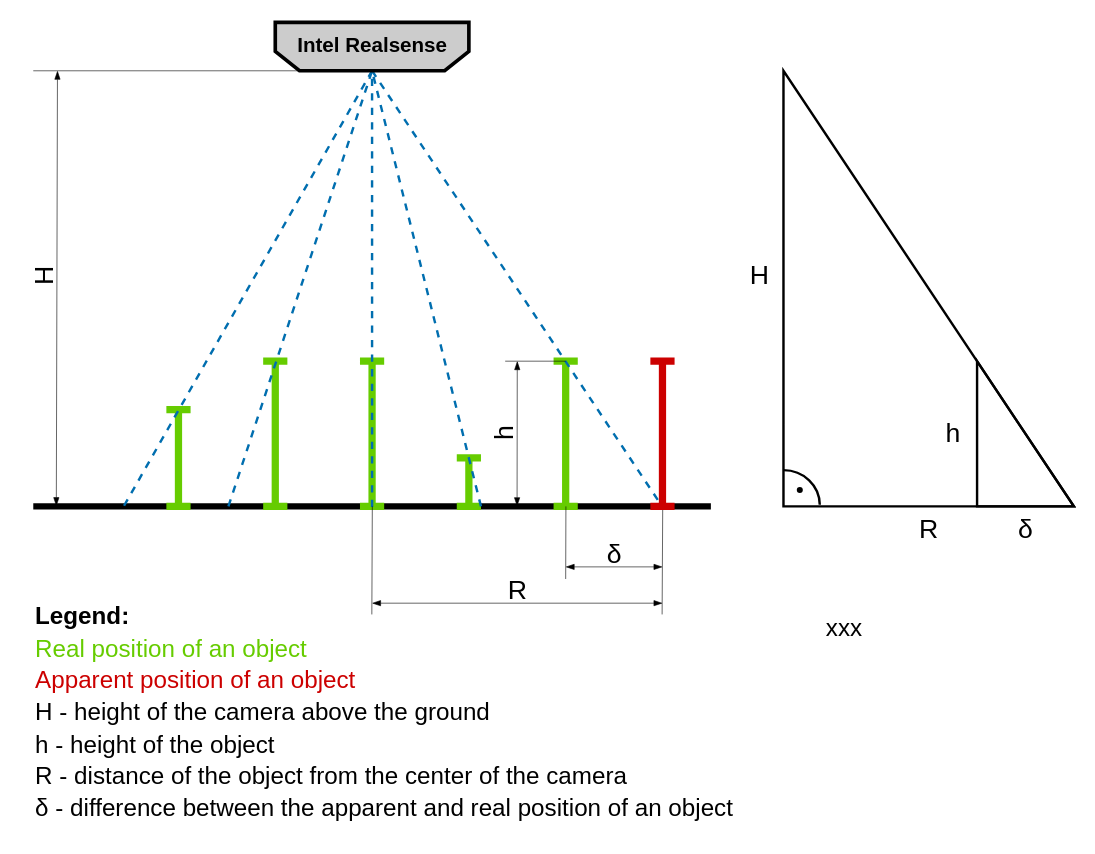
Above: Parallax_error.drawio in ZbudujeRoboty/Past-Projects (draw.io), before the change. Source tidied: cells renumbered, new cells numbered last; positions are measured from the earlier drawing's top-left corner, leaving out a move shared by most shapes. Both pictures are drawn from the tidied source at 121%, with x=0, y=0 at pixel (21, 22).
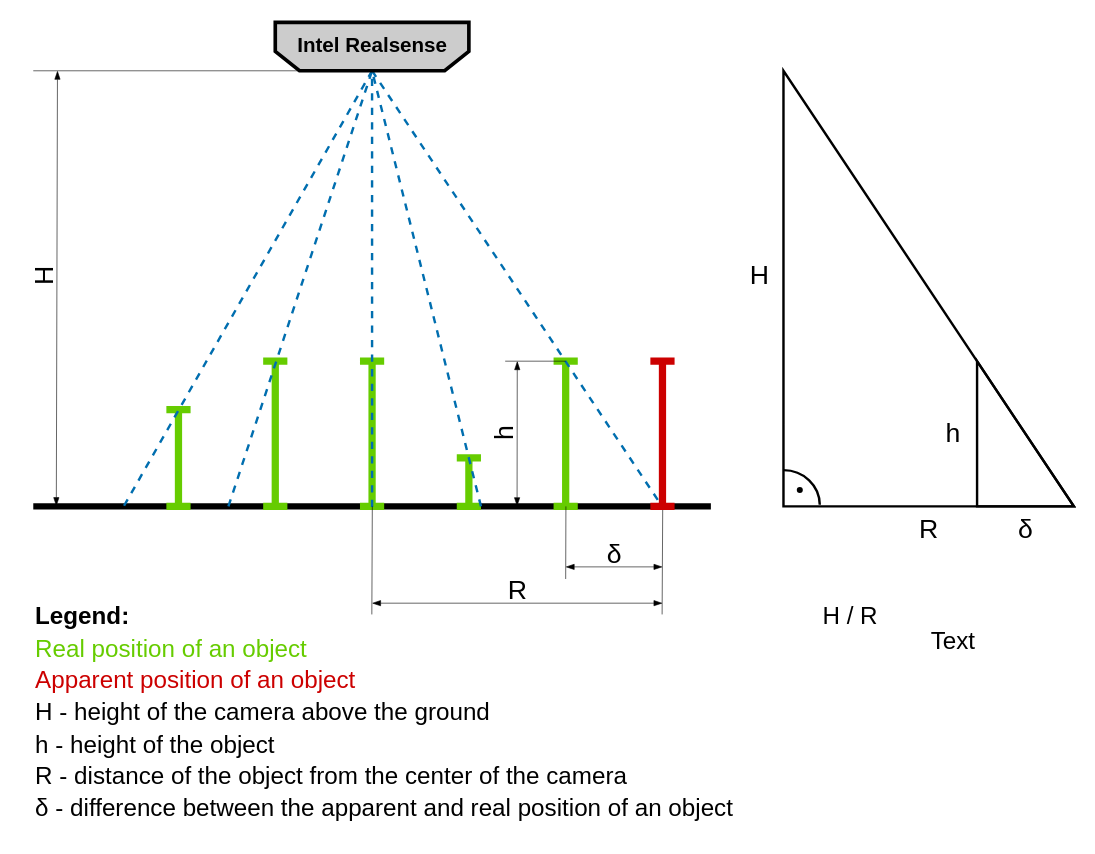
After the change.

Diff of the diagram source:
```diff
@@
-    <mxCell id="38" value="&lt;font color=&quot;#000000&quot;&gt;xxx&lt;/font&gt;" style="text;html=1;align=center;verticalAlign=middle;strokeColor=none;fillColor=none;fontSize=20;fontColor=#CC0000;" parent="1" vertex="1">
-      <mxGeometry x="655" y="480" width="50" height="40" as="geometry" />
+    <mxCell id="38" value="&lt;font color=&quot;#000000&quot;&gt;H / R&lt;/font&gt;" style="text;html=1;align=center;verticalAlign=middle;strokeColor=none;fillColor=none;fontSize=20;fontColor=#CC0000;" parent="1" vertex="1">
+      <mxGeometry x="650" y="470" width="70" height="40" as="geometry" />
     </mxCell>
+    <mxCell id="39" value="Text" style="text;html=1;align=center;verticalAlign=middle;strokeColor=none;fillColor=none;fontSize=20;fontColor=#000000;" parent="1" vertex="1">
+      <mxGeometry x="750" y="500" width="40" height="20" as="geometry" />
+    </mxCell>
```
